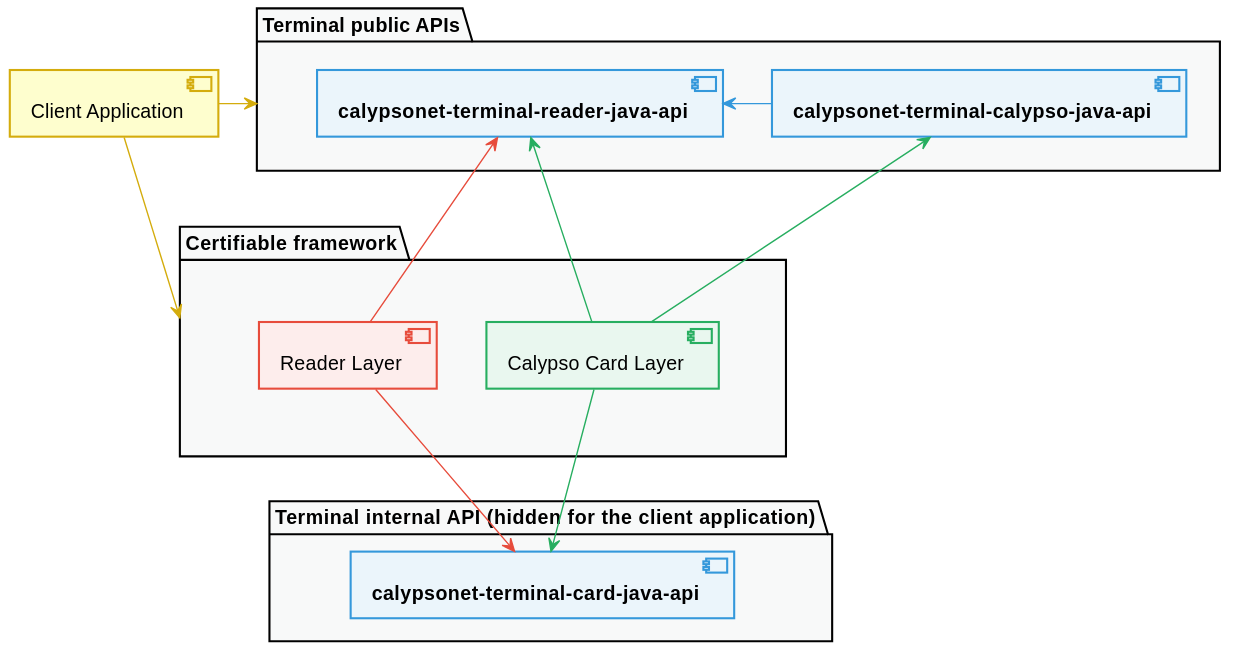
Earlier version of the PlantUML export static/media/uml/apis_dependencies_overview.svg (calypsonet/calypsonet-terminal-api-website).
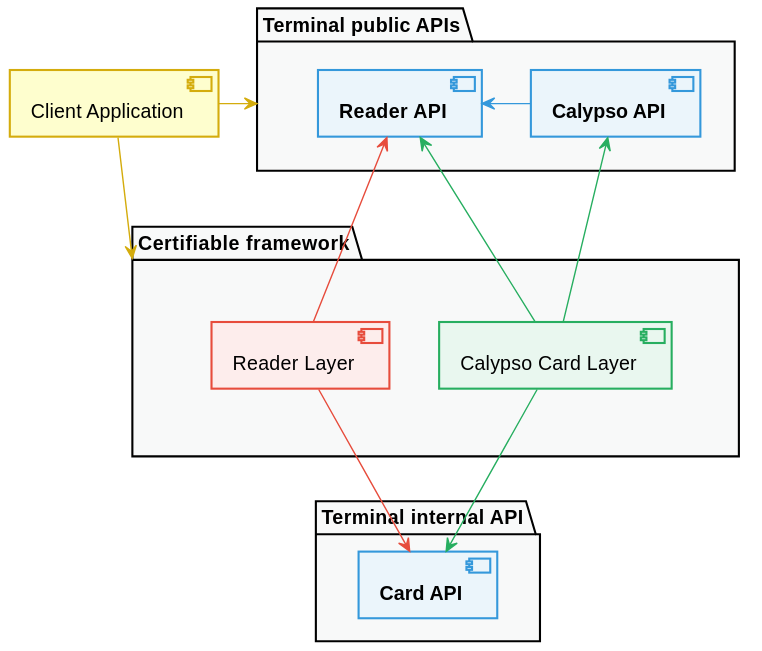
After the commit.

Commit message:
docs: update java APIs overview page

Diff of the diagram source:
```diff
@@ -53,8 +53,8 @@
 
 [Client Application] as application
 package "Terminal public APIs" as packCalypsonetPublic #C_GREY1 {
-    [**calypsonet-terminal-reader-java-api**] as readerApi <<blue>>
-    [**calypsonet-terminal-calypso-java-api**] as calypsoApi <<blue>>
+    [**Reader API**] as readerApi <<blue>>
+    [**Calypso API**] as calypsoApi <<blue>>
 }
 package "Certifiable framework" as packMain #C_GREY1 {
     together {
@@ -62,8 +62,8 @@
         [Reader Layer] as readerLayer <<red>>
     }
 }
-package "Terminal internal API  (hidden for the client application)" as packCalypsonetPrivate #C_GREY1 {
-    [**calypsonet-terminal-card-java-api**] as cardApi <<blue>>
+package "Terminal internal API" as packCalypsonetPrivate #C_GREY1 {
+    [**Card API**] as cardApi <<blue>>
 }
 
 
```
